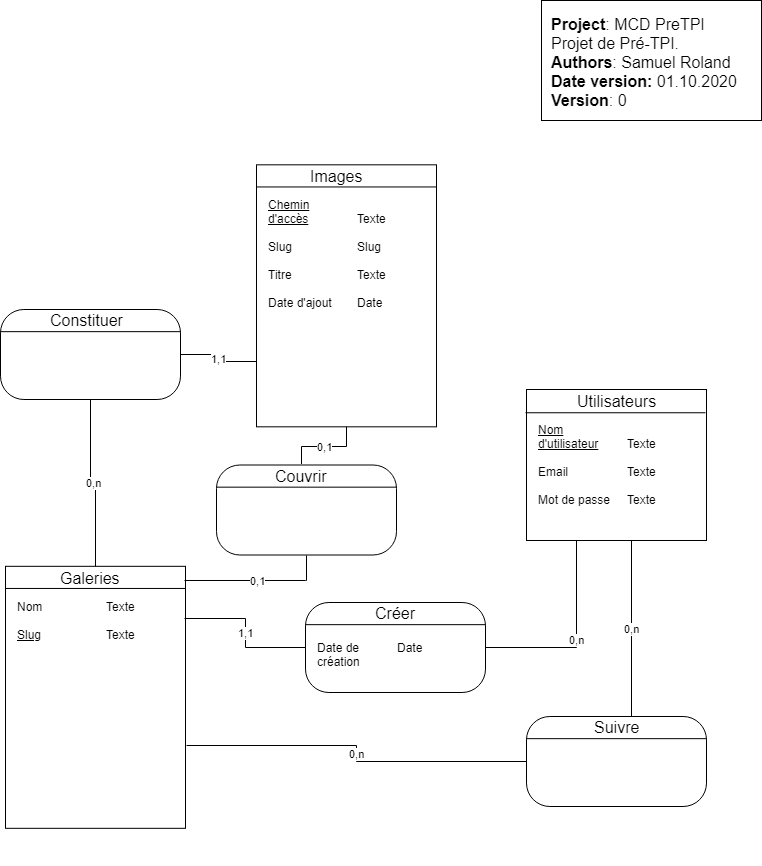
samuelroland/galeriz keeps this draw.io diagram as docs/MCD.png. Above is the earlier version. Source tidied: cells renumbered, new cells last; positions are measured from the earlier drawing's top-left corner, leaving out a move shared by most shapes. Source of this version:
```xml
<mxGraphModel>
  <root>
    <mxCell id="0" />
    <mxCell id="1" parent="0" />
    <mxCell id="2" value="&lt;b&gt;Project&lt;/b&gt;: MCD PreTPI&lt;br style=&quot;font-size: 16px&quot;&gt;Projet de Pré-TPI.&lt;br style=&quot;font-size: 16px&quot;&gt;&lt;b&gt;Authors&lt;/b&gt;: Samuel Roland&lt;br style=&quot;font-size: 16px&quot;&gt;&lt;b&gt;Date version:&lt;/b&gt; 01.10.2020&lt;br style=&quot;font-size: 16px&quot;&gt;&lt;b&gt;Version&lt;/b&gt;: 0" style="rounded=0;whiteSpace=wrap;html=1;align=left;verticalAlign=top;fontSize=16;spacingTop=0;spacing=9;" parent="1" vertex="1">
      <mxGeometry x="541" width="220" height="120" as="geometry" />
    </mxCell>
    <mxCell id="3" style="group;" parent="1" vertex="1">
      <mxGeometry x="216" y="464.5" width="180" height="148.2" as="geometry" />
    </mxCell>
    <mxCell id="4" style="rounded=1;whiteSpace=wrap;html=1;fontSize=16;align=left;arcSize=26;" parent="3" vertex="1">
      <mxGeometry width="180" height="90" as="geometry" />
    </mxCell>
    <mxCell id="5" value="Couvrir" style="text;html=1;points=[];align=center;verticalAlign=top;spacingTop=-4;fontSize=16;" parent="3" vertex="1">
      <mxGeometry x="50" y="-1" width="70" height="20" as="geometry" />
    </mxCell>
    <mxCell id="6" style="endArrow=none;html=1;fontSize=16;" parent="3" edge="1">
      <mxGeometry relative="1" as="geometry">
        <mxPoint y="22.2" as="sourcePoint" />
        <mxPoint x="180" y="22.2" as="targetPoint" />
      </mxGeometry>
    </mxCell>
    <mxCell id="7" value="&amp;nbsp;&amp;nbsp;" style="text;html=1;strokeColor=none;fillColor=none;align=left;verticalAlign=top;whiteSpace=wrap;rounded=0;" parent="3" vertex="1">
      <mxGeometry x="10" y="32" width="80" height="48" as="geometry" />
    </mxCell>
    <mxCell id="8" value="&amp;nbsp;&amp;nbsp;" style="text;html=1;strokeColor=none;fillColor=none;align=left;verticalAlign=top;whiteSpace=wrap;rounded=0;" parent="3" vertex="1">
      <mxGeometry x="90" y="32" width="80" height="48" as="geometry" />
    </mxCell>
    <mxCell id="9" style="group;" parent="1" vertex="1">
      <mxGeometry x="256" y="164.3" width="180" height="262" as="geometry" />
    </mxCell>
    <mxCell id="10" style="group;" parent="9" vertex="1">
      <mxGeometry width="180" height="262" as="geometry" />
    </mxCell>
    <mxCell id="11" style="group;" parent="10" vertex="1">
      <mxGeometry width="180" height="262" as="geometry" />
    </mxCell>
    <mxCell id="12" style="group;" parent="11" vertex="1">
      <mxGeometry width="180" height="262" as="geometry" />
    </mxCell>
    <mxCell id="13" style="group;" parent="12" vertex="1">
      <mxGeometry width="180" height="262" as="geometry" />
    </mxCell>
    <mxCell id="14" style="rounded=0;whiteSpace=wrap;html=1;" parent="13" vertex="1">
      <mxGeometry width="180" height="262" as="geometry" />
    </mxCell>
    <mxCell id="15" value="Images" style="text;html=1;align=center;verticalAlign=top;spacingTop=-4;fontSize=16;" parent="13" vertex="1">
      <mxGeometry x="45" width="70" height="20" as="geometry" />
    </mxCell>
    <mxCell id="16" style="endArrow=none;html=1;fontSize=16;" parent="13" edge="1">
      <mxGeometry relative="1" as="geometry">
        <mxPoint y="22.1" as="sourcePoint" />
        <mxPoint x="180" y="22.1" as="targetPoint" />
      </mxGeometry>
    </mxCell>
    <mxCell id="17" value="&lt;u&gt;Chemin d'accès&lt;/u&gt;&lt;br&gt;&lt;br&gt;Slug&lt;br&gt;&lt;br&gt;Titre&lt;br&gt;&lt;br&gt;Date d'ajout" style="text;html=1;strokeColor=none;fillColor=none;align=left;verticalAlign=top;whiteSpace=wrap;rounded=0;" parent="13" vertex="1">
      <mxGeometry x="10" y="27.1" width="80" height="99.4" as="geometry" />
    </mxCell>
    <mxCell id="18" value="&lt;br&gt;Texte&lt;br&gt;&lt;br&gt;Slug&lt;br&gt;&lt;br&gt;Texte&lt;br&gt;&lt;br&gt;Date" style="text;html=1;strokeColor=none;fillColor=none;align=left;verticalAlign=top;whiteSpace=wrap;rounded=0;" parent="13" vertex="1">
      <mxGeometry x="99" y="27.1" width="80" height="100.3" as="geometry" />
    </mxCell>
    <mxCell id="19" style="group;" parent="1" vertex="1">
      <mxGeometry x="526" y="389" width="180" height="151" as="geometry" />
    </mxCell>
    <mxCell id="20" style="group;" parent="19" vertex="1">
      <mxGeometry width="180" height="151" as="geometry" />
    </mxCell>
    <mxCell id="21" style="group;" parent="20" vertex="1">
      <mxGeometry width="180" height="151" as="geometry" />
    </mxCell>
    <mxCell id="22" style="group;" parent="21" vertex="1">
      <mxGeometry width="180" height="151" as="geometry" />
    </mxCell>
    <mxCell id="23" style="group;" parent="22" vertex="1">
      <mxGeometry width="180" height="151" as="geometry" />
    </mxCell>
    <mxCell id="24" style="group;" parent="23" vertex="1">
      <mxGeometry width="180" height="151" as="geometry" />
    </mxCell>
    <mxCell id="25" style="rounded=0;whiteSpace=wrap;html=1;" parent="24" vertex="1">
      <mxGeometry width="180" height="151" as="geometry" />
    </mxCell>
    <mxCell id="26" value="Utilisateurs" style="text;html=1;align=center;verticalAlign=top;spacingTop=-4;fontSize=16;" parent="24" vertex="1">
      <mxGeometry x="45" width="90" height="20" as="geometry" />
    </mxCell>
    <mxCell id="27" style="endArrow=none;html=1;fontSize=16;" parent="24" edge="1">
      <mxGeometry relative="1" as="geometry">
        <mxPoint x="-1" y="23.3" as="sourcePoint" />
        <mxPoint x="179" y="23.3" as="targetPoint" />
      </mxGeometry>
    </mxCell>
    <mxCell id="28" value="&lt;u&gt;Nom d'utilisateur&lt;/u&gt;&lt;br&gt;&lt;br&gt;Email&lt;br&gt;&lt;br&gt;Mot de passe" style="text;html=1;strokeColor=none;fillColor=none;align=left;verticalAlign=top;whiteSpace=wrap;rounded=0;" parent="24" vertex="1">
      <mxGeometry x="10" y="27.1" width="80" height="57.3" as="geometry" />
    </mxCell>
    <mxCell id="29" value="&lt;br&gt;Texte&lt;br&gt;&lt;br&gt;Texte&lt;br&gt;&lt;br&gt;Texte" style="text;html=1;strokeColor=none;fillColor=none;align=left;verticalAlign=top;whiteSpace=wrap;rounded=0;" parent="24" vertex="1">
      <mxGeometry x="99" y="26.6" width="80" height="57.8" as="geometry" />
    </mxCell>
    <mxCell id="30" style="group;" parent="1" vertex="1">
      <mxGeometry x="5" y="565.8" width="180" height="262" as="geometry" />
    </mxCell>
    <mxCell id="31" style="group;" parent="30" vertex="1">
      <mxGeometry width="180" height="262" as="geometry" />
    </mxCell>
    <mxCell id="32" style="group;" parent="31" vertex="1">
      <mxGeometry width="180" height="262" as="geometry" />
    </mxCell>
    <mxCell id="33" style="group;" parent="32" vertex="1">
      <mxGeometry width="180" height="262" as="geometry" />
    </mxCell>
    <mxCell id="34" style="group;" parent="33" vertex="1">
      <mxGeometry width="180" height="262" as="geometry" />
    </mxCell>
    <mxCell id="35" style="rounded=0;whiteSpace=wrap;html=1;" parent="34" vertex="1">
      <mxGeometry width="180" height="262" as="geometry" />
    </mxCell>
    <mxCell id="36" value="Galeries" style="text;html=1;align=center;verticalAlign=top;spacingTop=-4;fontSize=16;" parent="34" vertex="1">
      <mxGeometry x="45" width="80" height="20" as="geometry" />
    </mxCell>
    <mxCell id="37" style="endArrow=none;html=1;fontSize=16;" parent="34" edge="1">
      <mxGeometry relative="1" as="geometry">
        <mxPoint y="22.1" as="sourcePoint" />
        <mxPoint x="180" y="22.1" as="targetPoint" />
      </mxGeometry>
    </mxCell>
    <mxCell id="38" value="Nom&lt;br&gt;&lt;br&gt;&lt;u&gt;Slug&lt;br&gt;&lt;/u&gt;&lt;br&gt;" style="text;html=1;strokeColor=none;fillColor=none;align=left;verticalAlign=top;whiteSpace=wrap;rounded=0;" parent="34" vertex="1">
      <mxGeometry x="10" y="27.1" width="80" height="99.4" as="geometry" />
    </mxCell>
    <mxCell id="39" value="Texte&lt;br&gt;&lt;br&gt;Texte&lt;br&gt;" style="text;html=1;strokeColor=none;fillColor=none;align=left;verticalAlign=top;whiteSpace=wrap;rounded=0;" parent="34" vertex="1">
      <mxGeometry x="99" y="27.1" width="80" height="100.3" as="geometry" />
    </mxCell>
    <mxCell id="40" value="0,1" style="edgeStyle=orthogonalEdgeStyle;rounded=0;jettySize=auto;html=1;endArrow=none;endFill=0;" parent="1" edge="1" source="14" target="5">
      <mxGeometry relative="1" as="geometry" />
    </mxCell>
    <mxCell id="41" value="0,1" style="edgeStyle=orthogonalEdgeStyle;rounded=0;jettySize=auto;html=1;exitX=0.5;exitY=1;exitDx=0;exitDy=0;endArrow=none;endFill=0;" parent="1" edge="1" source="4">
      <mxGeometry relative="1" as="geometry">
        <mxPoint x="184" y="580" as="targetPoint" />
        <Array as="points">
          <mxPoint x="305" y="580" />
          <mxPoint x="184" y="580" />
        </Array>
      </mxGeometry>
    </mxCell>
    <mxCell id="42" style="group;" parent="1" vertex="1">
      <mxGeometry x="305" y="602" width="180" height="148.2" as="geometry" />
    </mxCell>
    <mxCell id="43" style="rounded=1;whiteSpace=wrap;html=1;fontSize=16;align=left;arcSize=26;" parent="42" vertex="1">
      <mxGeometry width="180" height="90" as="geometry" />
    </mxCell>
    <mxCell id="44" value="Créer" style="text;html=1;align=center;verticalAlign=top;spacingTop=-4;fontSize=16;" parent="42" vertex="1">
      <mxGeometry x="60" y="-1" width="60" height="20" as="geometry" />
    </mxCell>
    <mxCell id="45" style="endArrow=none;html=1;fontSize=16;" parent="42" edge="1">
      <mxGeometry relative="1" as="geometry">
        <mxPoint y="22.2" as="sourcePoint" />
        <mxPoint x="180" y="22.2" as="targetPoint" />
      </mxGeometry>
    </mxCell>
    <mxCell id="46" value="Date de création" style="text;html=1;strokeColor=none;fillColor=none;align=left;verticalAlign=top;whiteSpace=wrap;rounded=0;" parent="42" vertex="1">
      <mxGeometry x="10" y="32" width="80" height="48" as="geometry" />
    </mxCell>
    <mxCell id="47" value="Date" style="text;html=1;strokeColor=none;fillColor=none;align=left;verticalAlign=top;whiteSpace=wrap;rounded=0;" parent="42" vertex="1">
      <mxGeometry x="90" y="32" width="80" height="48" as="geometry" />
    </mxCell>
    <mxCell id="48" value="0,n" style="edgeStyle=orthogonalEdgeStyle;rounded=0;jettySize=auto;html=1;entryX=1;entryY=0.5;entryDx=0;entryDy=0;endArrow=none;endFill=0;" parent="1" edge="1" source="25" target="43">
      <mxGeometry relative="1" as="geometry">
        <Array as="points">
          <mxPoint x="576" y="647" />
        </Array>
      </mxGeometry>
    </mxCell>
    <mxCell id="49" value="1,1" style="edgeStyle=orthogonalEdgeStyle;rounded=0;jettySize=auto;html=1;entryX=1;entryY=0.25;entryDx=0;entryDy=0;endArrow=none;endFill=0;exitX=0;exitY=0.5;exitDx=0;exitDy=0;" parent="1" edge="1" source="43" target="39">
      <mxGeometry relative="1" as="geometry" />
    </mxCell>
    <mxCell id="50" style="group;" parent="1" vertex="1">
      <mxGeometry y="309" width="180" height="148.2" as="geometry" />
    </mxCell>
    <mxCell id="51" style="rounded=1;whiteSpace=wrap;html=1;fontSize=16;align=left;arcSize=26;" parent="50" vertex="1">
      <mxGeometry width="180" height="90" as="geometry" />
    </mxCell>
    <mxCell id="52" value="Constituer" style="text;html=1;align=center;verticalAlign=top;spacingTop=-4;fontSize=16;" parent="50" vertex="1">
      <mxGeometry x="41" y="-1" width="90" height="20" as="geometry" />
    </mxCell>
    <mxCell id="53" style="endArrow=none;html=1;fontSize=16;" parent="50" edge="1">
      <mxGeometry relative="1" as="geometry">
        <mxPoint y="22.2" as="sourcePoint" />
        <mxPoint x="180" y="22.2" as="targetPoint" />
      </mxGeometry>
    </mxCell>
    <mxCell id="54" value="&amp;nbsp;&amp;nbsp;" style="text;html=1;strokeColor=none;fillColor=none;align=left;verticalAlign=top;whiteSpace=wrap;rounded=0;" parent="50" vertex="1">
      <mxGeometry x="10" y="32" width="80" height="48" as="geometry" />
    </mxCell>
    <mxCell id="55" value="&amp;nbsp;&amp;nbsp;" style="text;html=1;strokeColor=none;fillColor=none;align=left;verticalAlign=top;whiteSpace=wrap;rounded=0;" parent="50" vertex="1">
      <mxGeometry x="90" y="32" width="80" height="48" as="geometry" />
    </mxCell>
    <mxCell id="56" value="1,1" style="edgeStyle=orthogonalEdgeStyle;rounded=0;jettySize=auto;html=1;entryX=0;entryY=0.75;entryDx=0;entryDy=0;endArrow=none;endFill=0;" parent="1" edge="1" source="51" target="14">
      <mxGeometry relative="1" as="geometry" />
    </mxCell>
    <mxCell id="57" value="0,n" style="edgeStyle=orthogonalEdgeStyle;rounded=0;jettySize=auto;html=1;exitX=0.5;exitY=1;exitDx=0;exitDy=0;endArrow=none;endFill=0;" parent="1" edge="1" source="51" target="35">
      <mxGeometry relative="1" as="geometry" />
    </mxCell>
    <mxCell id="58" style="group;" parent="1" vertex="1">
      <mxGeometry x="526" y="716" width="180" height="148.2" as="geometry" />
    </mxCell>
    <mxCell id="59" style="rounded=1;whiteSpace=wrap;html=1;fontSize=16;align=left;arcSize=26;" parent="58" vertex="1">
      <mxGeometry width="180" height="90" as="geometry" />
    </mxCell>
    <mxCell id="60" value="Suivre" style="text;html=1;align=center;verticalAlign=top;spacingTop=-4;fontSize=16;" parent="58" vertex="1">
      <mxGeometry x="60" y="-1" width="60" height="20" as="geometry" />
    </mxCell>
    <mxCell id="61" style="endArrow=none;html=1;fontSize=16;" parent="58" edge="1">
      <mxGeometry relative="1" as="geometry">
        <mxPoint y="22.2" as="sourcePoint" />
        <mxPoint x="180" y="22.2" as="targetPoint" />
      </mxGeometry>
    </mxCell>
    <mxCell id="62" value="0,n" style="edgeStyle=orthogonalEdgeStyle;rounded=0;jettySize=auto;html=1;exitX=0.75;exitY=1;exitDx=0;exitDy=0;entryX=0.75;entryY=0;entryDx=0;entryDy=0;endArrow=none;endFill=0;" parent="1" edge="1" source="25" target="59">
      <mxGeometry relative="1" as="geometry">
        <Array as="points">
          <mxPoint x="631" y="716" />
        </Array>
      </mxGeometry>
    </mxCell>
    <mxCell id="63" value="0,n" style="edgeStyle=orthogonalEdgeStyle;rounded=0;jettySize=auto;html=1;entryX=1.008;entryY=0.684;entryDx=0;entryDy=0;entryPerimeter=0;endArrow=none;endFill=0;exitX=0;exitY=0.5;exitDx=0;exitDy=0;" parent="1" edge="1" source="59" target="35">
      <mxGeometry relative="1" as="geometry" />
    </mxCell>
  </root>
</mxGraphModel>
```
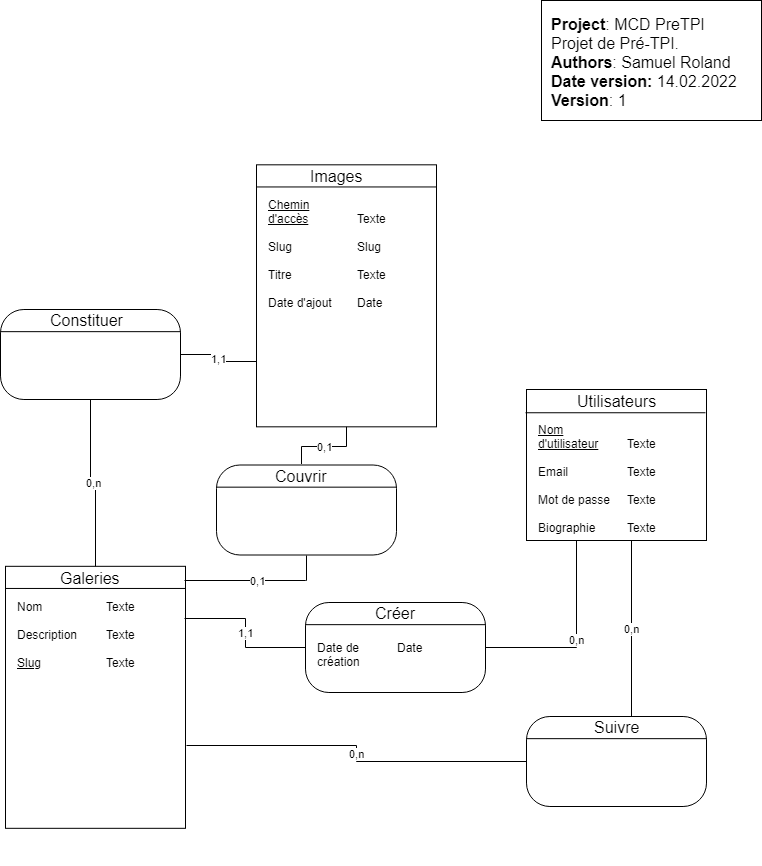
After the commit.

Commit message:
mcd: update cartouche with v1 and version date and add 2 fields

What changed in the source:
```diff
@@ -2,7 +2,7 @@
   <root>
     <mxCell id="0" />
     <mxCell id="1" parent="0" />
-    <mxCell id="2" value="&lt;b&gt;Project&lt;/b&gt;: MCD PreTPI&lt;br style=&quot;font-size: 16px&quot;&gt;Projet de Pré-TPI.&lt;br style=&quot;font-size: 16px&quot;&gt;&lt;b&gt;Authors&lt;/b&gt;: Samuel Roland&lt;br style=&quot;font-size: 16px&quot;&gt;&lt;b&gt;Date version:&lt;/b&gt; 01.10.2020&lt;br style=&quot;font-size: 16px&quot;&gt;&lt;b&gt;Version&lt;/b&gt;: 0" style="rounded=0;whiteSpace=wrap;html=1;align=left;verticalAlign=top;fontSize=16;spacingTop=0;spacing=9;" parent="1" vertex="1">
+    <mxCell id="2" value="&lt;b&gt;Project&lt;/b&gt;: MCD PreTPI&lt;br style=&quot;font-size: 16px&quot;&gt;Projet de Pré-TPI.&lt;br style=&quot;font-size: 16px&quot;&gt;&lt;b&gt;Authors&lt;/b&gt;: Samuel Roland&lt;br style=&quot;font-size: 16px&quot;&gt;&lt;b&gt;Date version:&lt;/b&gt; 14.02.2022&lt;br style=&quot;font-size: 16px&quot;&gt;&lt;b&gt;Version&lt;/b&gt;: 1" style="rounded=0;whiteSpace=wrap;html=1;align=left;verticalAlign=top;fontSize=16;spacingTop=0;spacing=9;" parent="1" vertex="1">
       <mxGeometry x="541" width="220" height="120" as="geometry" />
     </mxCell>
     <mxCell id="3" style="group;" parent="1" vertex="1">
@@ -89,10 +89,10 @@
         <mxPoint x="179" y="23.3" as="targetPoint" />
       </mxGeometry>
     </mxCell>
-    <mxCell id="28" value="&lt;u&gt;Nom d'utilisateur&lt;/u&gt;&lt;br&gt;&lt;br&gt;Email&lt;br&gt;&lt;br&gt;Mot de passe" style="text;html=1;strokeColor=none;fillColor=none;align=left;verticalAlign=top;whiteSpace=wrap;rounded=0;" parent="24" vertex="1">
+    <mxCell id="28" value="&lt;u&gt;Nom d'utilisateur&lt;/u&gt;&lt;br&gt;&lt;br&gt;Email&lt;br&gt;&lt;br&gt;Mot de passe&lt;br&gt;&lt;br&gt;Biographie" style="text;html=1;strokeColor=none;fillColor=none;align=left;verticalAlign=top;whiteSpace=wrap;rounded=0;" parent="24" vertex="1">
       <mxGeometry x="10" y="27.1" width="80" height="57.3" as="geometry" />
     </mxCell>
-    <mxCell id="29" value="&lt;br&gt;Texte&lt;br&gt;&lt;br&gt;Texte&lt;br&gt;&lt;br&gt;Texte" style="text;html=1;strokeColor=none;fillColor=none;align=left;verticalAlign=top;whiteSpace=wrap;rounded=0;" parent="24" vertex="1">
+    <mxCell id="29" value="&lt;br&gt;Texte&lt;br&gt;&lt;br&gt;Texte&lt;br&gt;&lt;br&gt;Texte&lt;br&gt;&lt;br&gt;Texte" style="text;html=1;strokeColor=none;fillColor=none;align=left;verticalAlign=top;whiteSpace=wrap;rounded=0;" parent="24" vertex="1">
       <mxGeometry x="99" y="26.6" width="80" height="57.8" as="geometry" />
     </mxCell>
     <mxCell id="30" style="group;" parent="1" vertex="1">
@@ -122,10 +122,10 @@
         <mxPoint x="180" y="22.1" as="targetPoint" />
       </mxGeometry>
     </mxCell>
-    <mxCell id="38" value="Nom&lt;br&gt;&lt;br&gt;&lt;u&gt;Slug&lt;br&gt;&lt;/u&gt;&lt;br&gt;" style="text;html=1;strokeColor=none;fillColor=none;align=left;verticalAlign=top;whiteSpace=wrap;rounded=0;" parent="34" vertex="1">
+    <mxCell id="38" value="Nom&lt;br&gt;&lt;br&gt;Description&lt;br&gt;&lt;br&gt;&lt;u&gt;Slug&lt;br&gt;&lt;/u&gt;" style="text;html=1;strokeColor=none;fillColor=none;align=left;verticalAlign=top;whiteSpace=wrap;rounded=0;" parent="34" vertex="1">
       <mxGeometry x="10" y="27.1" width="80" height="99.4" as="geometry" />
     </mxCell>
-    <mxCell id="39" value="Texte&lt;br&gt;&lt;br&gt;Texte&lt;br&gt;" style="text;html=1;strokeColor=none;fillColor=none;align=left;verticalAlign=top;whiteSpace=wrap;rounded=0;" parent="34" vertex="1">
+    <mxCell id="39" value="Texte&lt;br&gt;&lt;br&gt;Texte&lt;br&gt;&lt;br&gt;Texte" style="text;html=1;strokeColor=none;fillColor=none;align=left;verticalAlign=top;whiteSpace=wrap;rounded=0;" parent="34" vertex="1">
       <mxGeometry x="99" y="27.1" width="80" height="100.3" as="geometry" />
     </mxCell>
     <mxCell id="40" value="0,1" style="edgeStyle=orthogonalEdgeStyle;rounded=0;jettySize=auto;html=1;endArrow=none;endFill=0;" parent="1" edge="1" source="14" target="5">
```
